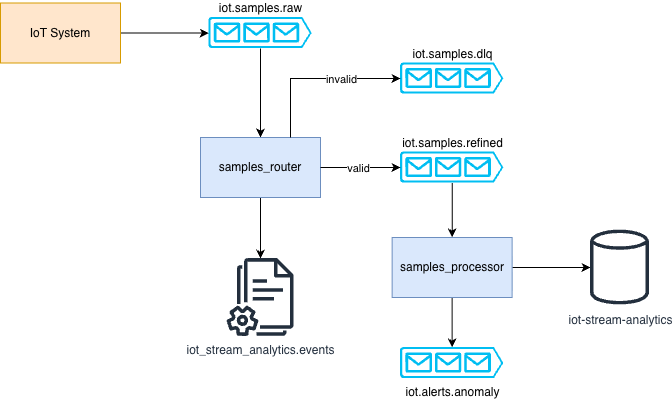
This is images/blueprint.png from russochecco/iot-stream-analytics, a draw.io export, as it was before one commit. Source tidied: cells renumbered, new cells last; positions are measured from the earlier drawing's top-left corner, leaving out a move shared by most shapes.
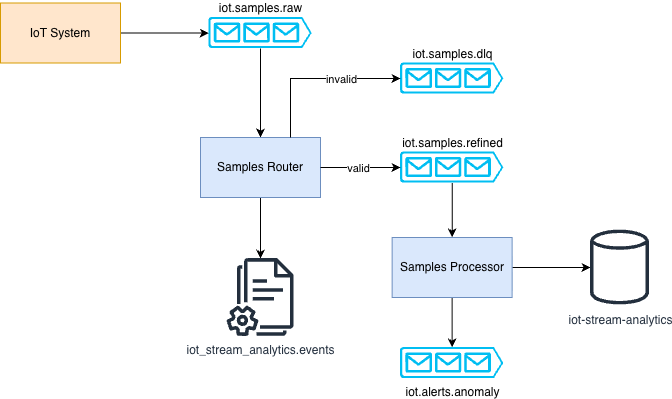
The same file after the commit.

The edit, as a diff of the source:
```diff
@@ -38,13 +38,13 @@
     <mxCell id="13" style="edgeStyle=orthogonalEdgeStyle;rounded=0;jettySize=auto;html=1;entryX=0.5;entryY=0;entryDx=0;entryDy=0;entryPerimeter=0;exitX=0.5;exitY=1;exitDx=0;exitDy=0;" parent="1" edge="1" source="16" target="12">
       <mxGeometry relative="1" as="geometry" />
     </mxCell>
-    <mxCell id="14" value="samples_router" style="rounded=0;whiteSpace=wrap;html=1;fillColor=#dae8fc;strokeColor=#6c8ebf;" parent="1" vertex="1">
+    <mxCell id="14" value="Samples Router" style="rounded=0;whiteSpace=wrap;html=1;fillColor=#dae8fc;strokeColor=#6c8ebf;" parent="1" vertex="1">
       <mxGeometry x="200" y="134" width="120" height="60" as="geometry" />
     </mxCell>
     <mxCell id="15" value="IoT System" style="rounded=0;whiteSpace=wrap;html=1;fillColor=#ffe6cc;strokeColor=#d79b00;" parent="1" vertex="1">
       <mxGeometry y="-0.5" width="120" height="60" as="geometry" />
     </mxCell>
-    <mxCell id="16" value="samples_processor" style="rounded=0;whiteSpace=wrap;html=1;fillColor=#dae8fc;strokeColor=#6c8ebf;" parent="1" vertex="1">
+    <mxCell id="16" value="Samples Processor" style="rounded=0;whiteSpace=wrap;html=1;fillColor=#dae8fc;strokeColor=#6c8ebf;" parent="1" vertex="1">
       <mxGeometry x="391.6" y="234" width="120" height="60" as="geometry" />
     </mxCell>
     <mxCell id="17" style="edgeStyle=orthogonalEdgeStyle;rounded=0;jettySize=auto;html=1;entryX=0;entryY=0.5;entryDx=0;entryDy=0;entryPerimeter=0;" parent="1" edge="1" source="14" target="11">
```
